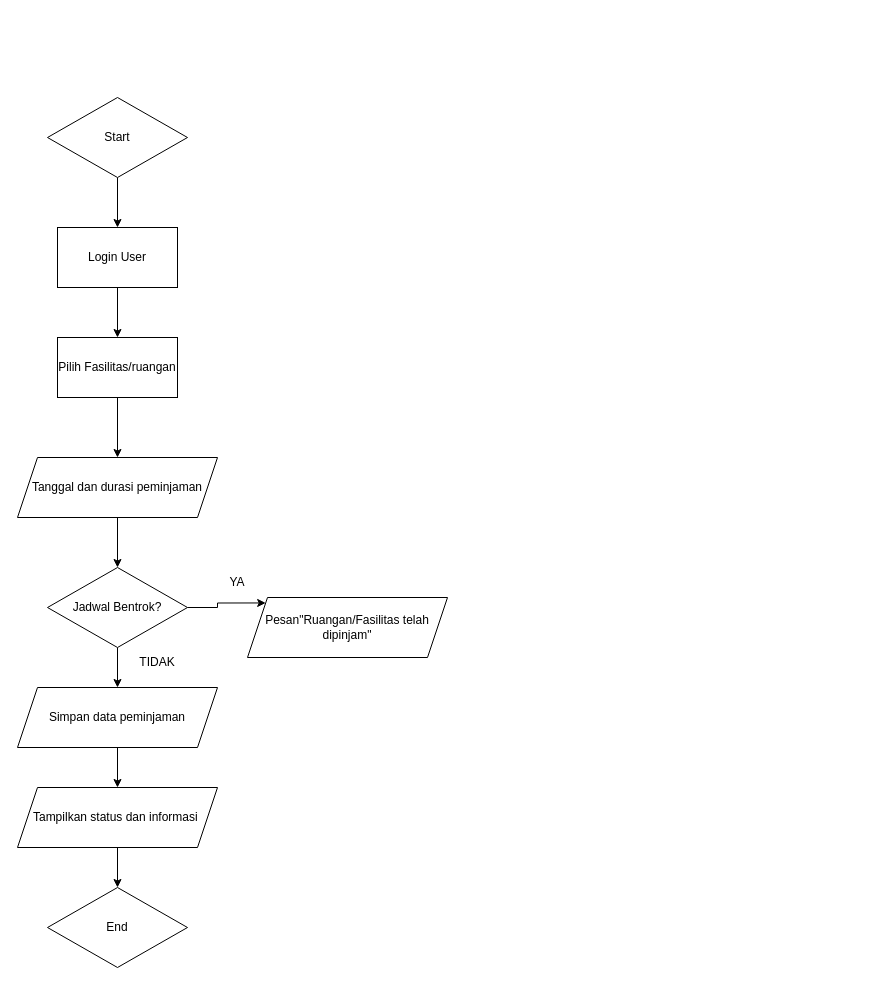
The draw.io diagram Framework.drawio in ieatcheese99/Framework, before the edit. Source tidied: cells renumbered, new cells numbered last; positions are measured from the earlier drawing's top-left corner, leaving out a move shared by most shapes. Both pictures are drawn from the tidied source at 100%, with x=0, y=0 at pixel (17, 97).
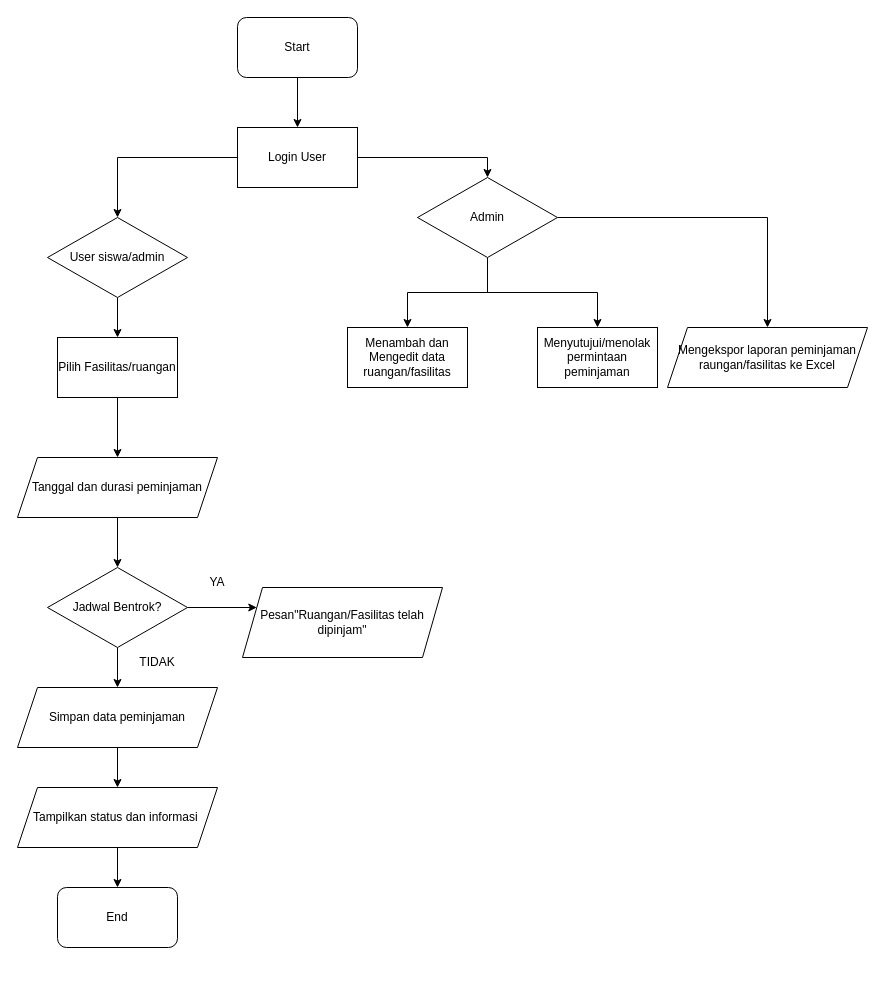
The same diagram, later.

Unchanged cells that the change refers to:
```xml
<mxCell id="8" value="Pilih Fasilitas/ruangan" style="rounded=0;whiteSpace=wrap;html=1;" parent="1" vertex="1">
  <mxGeometry x="40" y="240" width="120" height="60" as="geometry" />
</mxCell>
<mxCell id="13" value="Jadwal Bentrok?" style="rhombus;whiteSpace=wrap;html=1;" parent="1" vertex="1">
  <mxGeometry x="30" y="470" width="140" height="80" as="geometry" />
</mxCell>
```

The edit, as a diff of the source:
```diff
@@
-    <mxCell id="2" style="edgeStyle=orthogonalEdgeStyle;rounded=0;jettySize=auto;html=1;entryX=0.5;entryY=0;entryDx=0;entryDy=0;" parent="1" edge="1" source="3" target="6">
-      <mxGeometry relative="1" as="geometry" />
-    </mxCell>
-    <mxCell id="3" value="Start" style="rhombus;whiteSpace=wrap;html=1;" parent="1" vertex="1">
-      <mxGeometry x="30" width="140" height="80" as="geometry" />
-    </mxCell>
-    <mxCell id="4" value="End" style="rhombus;whiteSpace=wrap;html=1;" parent="1" vertex="1">
-      <mxGeometry x="30" y="790" width="140" height="80" as="geometry" />
-    </mxCell>
-    <mxCell id="5" style="edgeStyle=orthogonalEdgeStyle;rounded=0;jettySize=auto;html=1;entryX=0.5;entryY=0;entryDx=0;entryDy=0;" parent="1" edge="1" source="6" target="8">
-      <mxGeometry relative="1" as="geometry" />
-    </mxCell>
+    <mxCell id="21" style="edgeStyle=orthogonalEdgeStyle;rounded=0;jettySize=auto;html=1;entryX=0.5;entryY=0;entryDx=0;entryDy=0;" parent="1" edge="1" source="6" target="31">
+      <mxGeometry relative="1" as="geometry" />
+    </mxCell>
+    <mxCell id="22" style="edgeStyle=orthogonalEdgeStyle;rounded=0;jettySize=auto;html=1;entryX=0.5;entryY=0;entryDx=0;entryDy=0;" parent="1" edge="1" source="6" target="28">
+      <mxGeometry relative="1" as="geometry" />
+    </mxCell>
     <mxCell id="6" value="Login User" style="rounded=0;whiteSpace=wrap;html=1;" parent="1" vertex="1">
-      <mxGeometry x="40" y="130" width="120" height="60" as="geometry" />
+      <mxGeometry x="220" y="30" width="120" height="60" as="geometry" />
     </mxCell>
@@
-    <mxCell id="12" style="edgeStyle=orthogonalEdgeStyle;rounded=0;jettySize=auto;html=1;exitX=1;exitY=0.5;exitDx=0;exitDy=0;entryX=0;entryY=0;entryDx=0;entryDy=0;" parent="1" edge="1" source="13" target="16">
+    <mxCell id="12" style="edgeStyle=orthogonalEdgeStyle;rounded=0;jettySize=auto;html=1;entryX=0;entryY=0.25;entryDx=0;entryDy=0;" parent="1" edge="1" source="13" target="16">
       <mxGeometry relative="1" as="geometry" />
     </mxCell>
@@
-    <mxCell id="16" value="Pesan&quot;Ruangan/Fasilitas telah dipinjam&quot;" style="shape=parallelogram;perimeter=parallelogramPerimeter;whiteSpace=wrap;html=1;fixedSize=1;" parent="1" vertex="1">
-      <mxGeometry x="230" y="500" width="200" height="60" as="geometry" />
+    <mxCell id="16" value="Pesan&quot;Ruangan/Fasilitas telah dipinjam&quot;" style="shape=parallelogram;perimeter=parallelogramPerimeter;whiteSpace=wrap;html=1;fixedSize=1;size=20;" parent="1" vertex="1">
+      <mxGeometry x="225" y="490" width="200" height="70" as="geometry" />
     </mxCell>
@@
     <mxCell id="19" value="YA" style="text;html=1;align=center;verticalAlign=middle;whiteSpace=wrap;rounded=0;" parent="1" vertex="1">
-      <mxGeometry x="190" y="470" width="60" height="30" as="geometry" />
+      <mxGeometry x="170" y="470" width="60" height="30" as="geometry" />
     </mxCell>
@@
+    <mxCell id="2" style="edgeStyle=orthogonalEdgeStyle;rounded=0;jettySize=auto;html=1;entryX=0.5;entryY=0;entryDx=0;entryDy=0;" parent="1" edge="1" source="3" target="6">
+      <mxGeometry relative="1" as="geometry" />
+    </mxCell>
+    <mxCell id="3" value="Start" style="rounded=1;whiteSpace=wrap;html=1;" parent="1" vertex="1">
+      <mxGeometry x="220" y="-80" width="120" height="60" as="geometry" />
+    </mxCell>
+    <mxCell id="4" value="End" style="rounded=1;whiteSpace=wrap;html=1;" parent="1" vertex="1">
+      <mxGeometry x="40" y="790" width="120" height="60" as="geometry" />
+    </mxCell>
+    <mxCell id="23" value="Menambah dan Mengedit data ruangan/fasilitas" style="rounded=0;whiteSpace=wrap;html=1;" parent="1" vertex="1">
+      <mxGeometry x="330" y="230" width="120" height="60" as="geometry" />
+    </mxCell>
+    <mxCell id="24" value="Menyutujui/menolak&lt;div&gt;permintaan peminjaman&lt;/div&gt;" style="rounded=0;whiteSpace=wrap;html=1;" parent="1" vertex="1">
+      <mxGeometry x="520" y="230" width="120" height="60" as="geometry" />
+    </mxCell>
+    <mxCell id="25" style="edgeStyle=orthogonalEdgeStyle;rounded=0;jettySize=auto;html=1;" parent="1" edge="1" source="28" target="23">
+      <mxGeometry relative="1" as="geometry" />
+    </mxCell>
+    <mxCell id="26" style="edgeStyle=orthogonalEdgeStyle;rounded=0;jettySize=auto;html=1;" parent="1" edge="1" source="28" target="24">
+      <mxGeometry relative="1" as="geometry" />
+    </mxCell>
+    <mxCell id="27" style="edgeStyle=orthogonalEdgeStyle;rounded=0;jettySize=auto;html=1;entryX=0.5;entryY=0;entryDx=0;entryDy=0;" parent="1" edge="1" source="28" target="32">
+      <mxGeometry relative="1" as="geometry" />
+    </mxCell>
+    <mxCell id="28" value="Admin" style="rhombus;whiteSpace=wrap;html=1;" parent="1" vertex="1">
+      <mxGeometry x="400" y="80" width="140" height="80" as="geometry" />
+    </mxCell>
+    <mxCell id="29" style="endArrow=classic;html=1;rounded=0;entryX=0.5;entryY=0;entryDx=0;entryDy=0;exitX=0.5;exitY=1;exitDx=0;exitDy=0;" parent="1" edge="1" target="31">
+      <mxGeometry relative="1" as="geometry">
+        <mxPoint x="95" y="175" as="sourcePoint" />
+      </mxGeometry>
+    </mxCell>
+    <mxCell id="30" style="edgeStyle=orthogonalEdgeStyle;rounded=0;jettySize=auto;html=1;entryX=0.5;entryY=0;entryDx=0;entryDy=0;" parent="1" edge="1" source="31" target="8">
+      <mxGeometry relative="1" as="geometry" />
+    </mxCell>
+    <mxCell id="31" value="User siswa/admin" style="rhombus;whiteSpace=wrap;html=1;" parent="1" vertex="1">
+      <mxGeometry x="30" y="120" width="140" height="80" as="geometry" />
+    </mxCell>
+    <mxCell id="32" value="Mengekspor laporan peminjaman raungan/fasilitas ke Excel" style="shape=parallelogram;perimeter=parallelogramPerimeter;whiteSpace=wrap;html=1;fixedSize=1;" parent="1" vertex="1">
+      <mxGeometry x="650" y="230" width="200" height="60" as="geometry" />
+    </mxCell>
```
